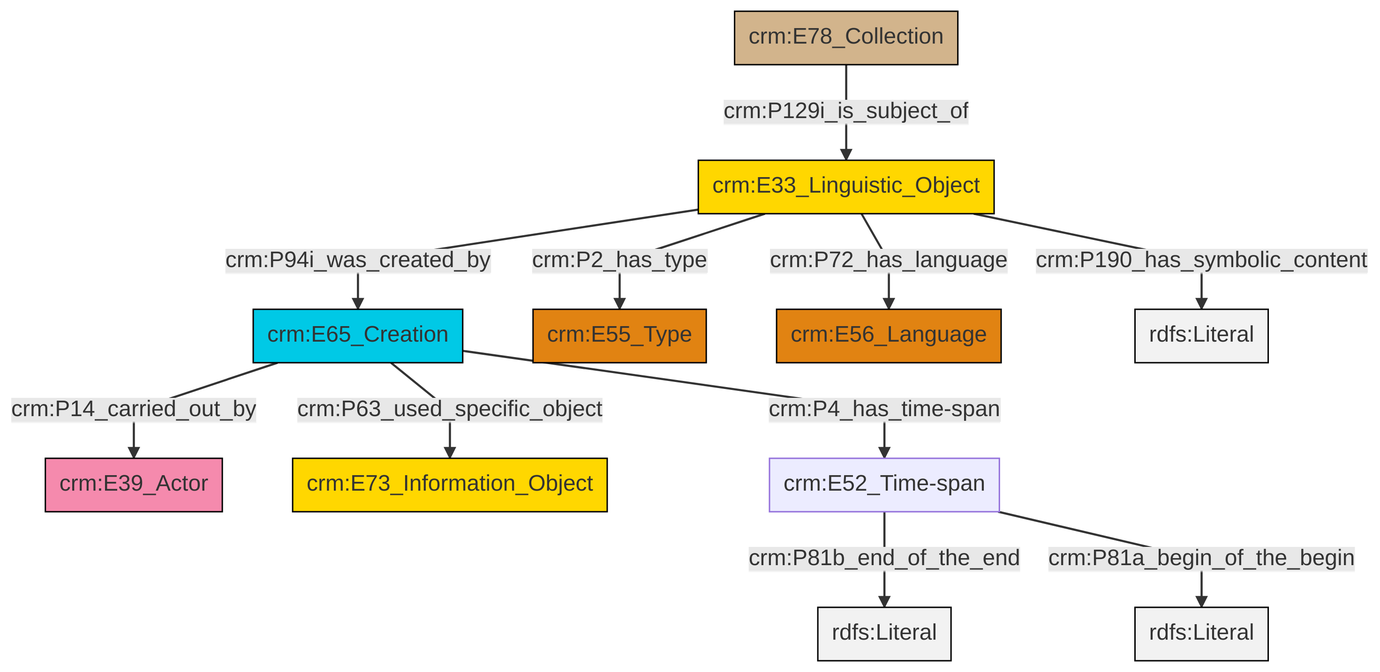
Above: et/archivalCSV/ttl/mmd/png/archival_desc.png in swiss-art-research-net/docs.swissartresearch (Mermaid), before the change. Its source is kept beside it as et/archivalCSV/ttl/mmd/archival_desc.ttl.mmd.
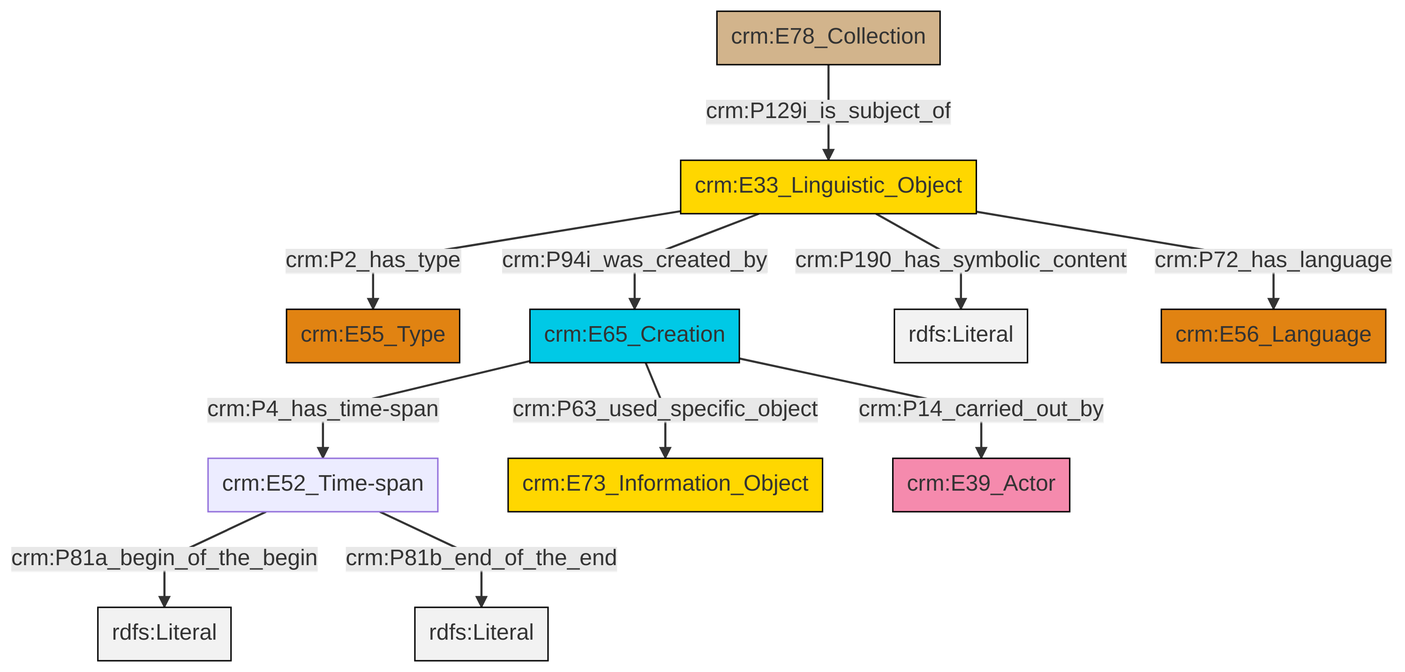
After the change.

The edit, as a diff of the source:
```diff
@@ -13,13 +13,13 @@
 classDef PC_Classes fill:#4ce600, stroke:#000000;
 classDef Multi fill:#cccccc,stroke:#000000;
 
-2["crm:E65_Creation"]:::Temporal_Entity -->|crm:P63_used_specific_object| 3["crm:E73_Information_Object"]:::Conceptual_Object
-4["crm:E33_Linguistic_Object"]:::Conceptual_Object -->|crm:P2_has_type| 5["crm:E55_Type"]:::Type
-4["crm:E33_Linguistic_Object"]:::Conceptual_Object -->|crm:P72_has_language| 6["crm:E56_Language"]:::Type
-10["crm:E52_Time-span"]:::Default -->|crm:P81b_end_of_the_end| 11[rdfs:Literal]:::Literal
-4["crm:E33_Linguistic_Object"]:::Conceptual_Object -->|crm:P190_has_symbolic_content| 12[rdfs:Literal]:::Literal
-2["crm:E65_Creation"]:::Temporal_Entity -->|crm:P14_carried_out_by| 0["crm:E39_Actor"]:::Actor
-8["crm:E78_Collection"]:::Physical_Thing -->|crm:P129i_is_subject_of| 4["crm:E33_Linguistic_Object"]:::Conceptual_Object
-2["crm:E65_Creation"]:::Temporal_Entity -->|crm:P4_has_time-span| 10["crm:E52_Time-span"]:::Default
-4["crm:E33_Linguistic_Object"]:::Conceptual_Object -->|crm:P94i_was_created_by| 2["crm:E65_Creation"]:::Temporal_Entity
-10["crm:E52_Time-span"]:::Default -->|crm:P81a_begin_of_the_begin| 17[rdfs:Literal]:::Literal
+0["crm:E52_Time-span"]:::Default -->|crm:P81a_begin_of_the_begin| 1[rdfs:Literal]:::Literal
+2["crm:E33_Linguistic_Object"]:::Conceptual_Object -->|crm:P2_has_type| 3["crm:E55_Type"]:::Type
+4["crm:E78_Collection"]:::Physical_Thing -->|crm:P129i_is_subject_of| 2["crm:E33_Linguistic_Object"]:::Conceptual_Object
+2["crm:E33_Linguistic_Object"]:::Conceptual_Object -->|crm:P94i_was_created_by| 6["crm:E65_Creation"]:::Temporal_Entity
+6["crm:E65_Creation"]:::Temporal_Entity -->|crm:P4_has_time-span| 0["crm:E52_Time-span"]:::Default
+2["crm:E33_Linguistic_Object"]:::Conceptual_Object -->|crm:P190_has_symbolic_content| 8[rdfs:Literal]:::Literal
+6["crm:E65_Creation"]:::Temporal_Entity -->|crm:P63_used_specific_object| 11["crm:E73_Information_Object"]:::Conceptual_Object
+6["crm:E65_Creation"]:::Temporal_Entity -->|crm:P14_carried_out_by| 12["crm:E39_Actor"]:::Actor
+2["crm:E33_Linguistic_Object"]:::Conceptual_Object -->|crm:P72_has_language| 16["crm:E56_Language"]:::Type
+0["crm:E52_Time-span"]:::Default -->|crm:P81b_end_of_the_end| 17[rdfs:Literal]:::Literal
```
